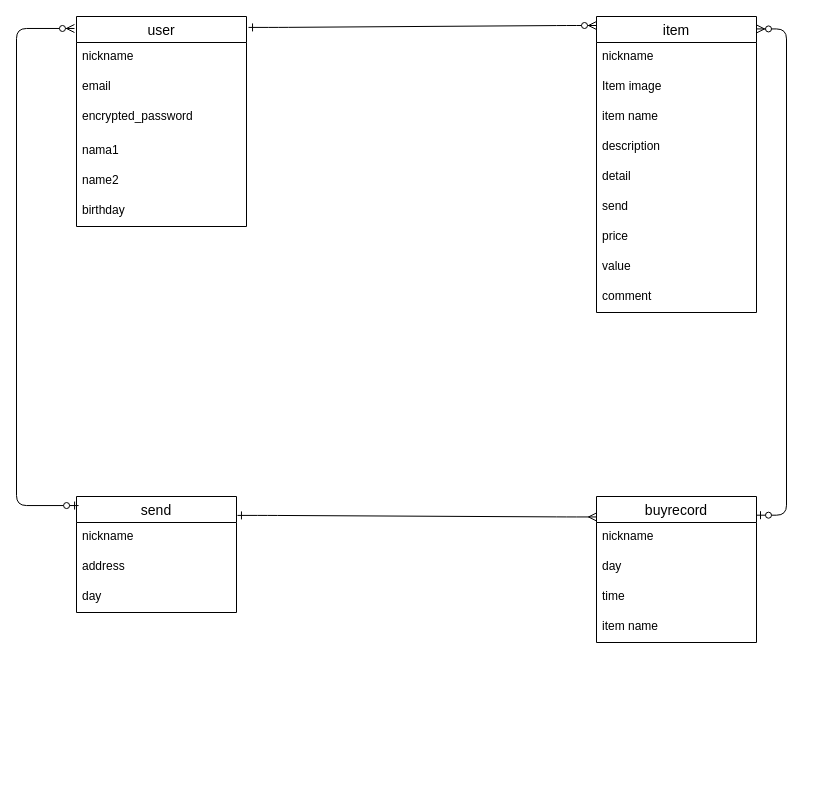
Before: furima.dio in ootaketetsuyuki/furima-39836, a draw.io diagram. Source tidied: cells renumbered, new cells numbered last; positions are measured from the earlier drawing's top-left corner, leaving out a move shared by most shapes. Both pictures are drawn from the tidied source at 100%, with x=0, y=0 at pixel (16, 16).
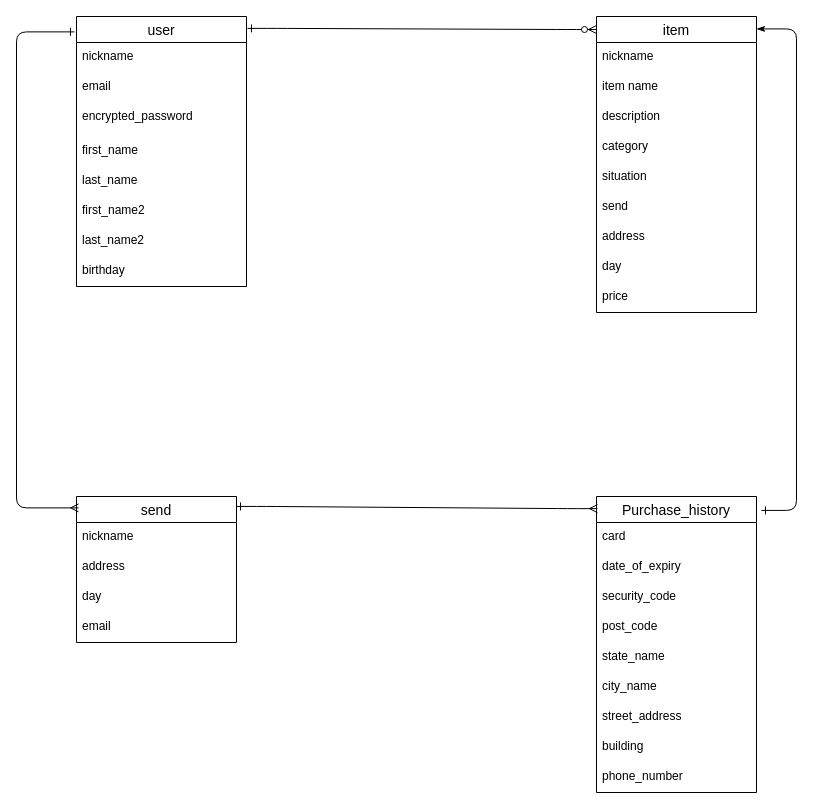
The same page after the edit.

The change refers to these unchanged cells:
```xml
<mxCell id="9" value="item" style="swimlane;fontStyle=0;horizontal=1;startSize=26;align=center;fontSize=14;" parent="1" vertex="1">
  <mxGeometry x="580" width="160" height="296" as="geometry" />
</mxCell>
```

Diff of the diagram source:
```diff
@@
     <mxCell id="2" value="user" style="swimlane;fontStyle=0;horizontal=1;startSize=26;align=center;fontSize=14;" parent="1" vertex="1">
-      <mxGeometry x="60" width="170" height="210" as="geometry" />
+      <mxGeometry x="60" width="170" height="270" as="geometry" />
     </mxCell>
@@
-    <mxCell id="6" value="nama1" style="text;strokeColor=none;fillColor=none;spacingLeft=4;spacingRight=4;overflow=hidden;fontSize=12;" parent="2" vertex="1">
+    <mxCell id="6" value="first_name" style="text;strokeColor=none;fillColor=none;spacingLeft=4;spacingRight=4;overflow=hidden;fontSize=12;" parent="2" vertex="1">
       <mxGeometry y="120" width="170" height="30" as="geometry" />
     </mxCell>
-    <mxCell id="7" value="name2" style="text;strokeColor=none;fillColor=none;spacingLeft=4;spacingRight=4;overflow=hidden;fontSize=12;" parent="2" vertex="1">
+    <mxCell id="7" value="last_name" style="text;strokeColor=none;fillColor=none;spacingLeft=4;spacingRight=4;overflow=hidden;fontSize=12;" parent="2" vertex="1">
       <mxGeometry y="150" width="170" height="30" as="geometry" />
     </mxCell>
-    <mxCell id="8" value="birthday" style="text;strokeColor=none;fillColor=none;spacingLeft=4;spacingRight=4;overflow=hidden;fontSize=12;" parent="2" vertex="1">
+    <mxCell id="8" value="first_name2 " style="text;strokeColor=none;fillColor=none;spacingLeft=4;spacingRight=4;overflow=hidden;fontSize=12;" parent="2" vertex="1">
       <mxGeometry y="180" width="170" height="30" as="geometry" />
     </mxCell>
+    <mxCell id="32" value="last_name2" style="text;strokeColor=none;fillColor=none;spacingLeft=4;spacingRight=4;overflow=hidden;fontSize=12;" parent="2" vertex="1">
+      <mxGeometry y="210" width="170" height="30" as="geometry" />
+    </mxCell>
+    <mxCell id="33" value="birthday" style="text;strokeColor=none;fillColor=none;spacingLeft=4;spacingRight=4;overflow=hidden;fontSize=12;" parent="2" vertex="1">
+      <mxGeometry y="240" width="170" height="30" as="geometry" />
+    </mxCell>
@@
-    <mxCell id="11" value="Item image" style="text;strokeColor=none;fillColor=none;spacingLeft=4;spacingRight=4;overflow=hidden;fontSize=12;" parent="9" vertex="1">
-      <mxGeometry y="56" width="160" height="30" as="geometry" />
-    </mxCell>
     <mxCell id="12" value="item name" style="text;strokeColor=none;fillColor=none;spacingLeft=4;spacingRight=4;overflow=hidden;fontSize=12;" parent="9" vertex="1">
-      <mxGeometry y="86" width="160" height="30" as="geometry" />
+      <mxGeometry y="56" width="160" height="30" as="geometry" />
     </mxCell>
     <mxCell id="13" value="description" style="text;strokeColor=none;fillColor=none;spacingLeft=4;spacingRight=4;overflow=hidden;fontSize=12;" parent="9" vertex="1">
-      <mxGeometry y="116" width="160" height="30" as="geometry" />
+      <mxGeometry y="86" width="160" height="30" as="geometry" />
     </mxCell>
+    <mxCell id="34" value="category" style="text;strokeColor=none;fillColor=none;spacingLeft=4;spacingRight=4;overflow=hidden;fontSize=12;" parent="9" vertex="1">
+      <mxGeometry y="116" width="160" height="30" as="geometry" />
+    </mxCell>
-    <mxCell id="14" value="detail" style="text;strokeColor=none;fillColor=none;spacingLeft=4;spacingRight=4;overflow=hidden;fontSize=12;" parent="9" vertex="1">
+    <mxCell id="14" value="situation" style="text;strokeColor=none;fillColor=none;spacingLeft=4;spacingRight=4;overflow=hidden;fontSize=12;" parent="9" vertex="1">
       <mxGeometry y="146" width="160" height="30" as="geometry" />
     </mxCell>
@@
-    <mxCell id="16" value="price" style="text;strokeColor=none;fillColor=none;spacingLeft=4;spacingRight=4;overflow=hidden;fontSize=12;" parent="9" vertex="1">
+    <mxCell id="16" value="address" style="text;strokeColor=none;fillColor=none;spacingLeft=4;spacingRight=4;overflow=hidden;fontSize=12;" parent="9" vertex="1">
       <mxGeometry y="206" width="160" height="30" as="geometry" />
     </mxCell>
-    <mxCell id="17" value="value" style="text;strokeColor=none;fillColor=none;spacingLeft=4;spacingRight=4;overflow=hidden;fontSize=12;" parent="9" vertex="1">
+    <mxCell id="17" value="day" style="text;strokeColor=none;fillColor=none;spacingLeft=4;spacingRight=4;overflow=hidden;fontSize=12;" parent="9" vertex="1">
       <mxGeometry y="236" width="160" height="30" as="geometry" />
     </mxCell>
-    <mxCell id="18" value="comment" style="text;strokeColor=none;fillColor=none;spacingLeft=4;spacingRight=4;overflow=hidden;fontSize=12;" parent="9" vertex="1">
+    <mxCell id="18" value="price" style="text;strokeColor=none;fillColor=none;spacingLeft=4;spacingRight=4;overflow=hidden;fontSize=12;" parent="9" vertex="1">
       <mxGeometry y="266" width="160" height="30" as="geometry" />
     </mxCell>
     <mxCell id="19" value="send" style="swimlane;fontStyle=0;horizontal=1;startSize=26;align=center;fontSize=14;" parent="1" vertex="1">
-      <mxGeometry x="60" y="480" width="160" height="116" as="geometry" />
+      <mxGeometry x="60" y="480" width="160" height="146" as="geometry" />
     </mxCell>
@@
+    <mxCell id="35" value="day" style="text;strokeColor=none;fillColor=none;spacingLeft=4;spacingRight=4;overflow=hidden;fontSize=12;" parent="19" vertex="1">
+      <mxGeometry y="86" width="160" height="30" as="geometry" />
+    </mxCell>
-    <mxCell id="22" value="day" style="text;strokeColor=none;fillColor=none;spacingLeft=4;spacingRight=4;overflow=hidden;fontSize=12;" parent="19" vertex="1">
-      <mxGeometry y="86" width="160" height="30" as="geometry" />
+    <mxCell id="22" value="email" style="text;strokeColor=none;fillColor=none;spacingLeft=4;spacingRight=4;overflow=hidden;fontSize=12;" parent="19" vertex="1">
+      <mxGeometry y="116" width="160" height="30" as="geometry" />
     </mxCell>
-    <mxCell id="23" value="buyrecord" style="swimlane;fontStyle=0;horizontal=1;startSize=26;align=center;fontSize=14;" parent="1" vertex="1">
-      <mxGeometry x="580" y="480" width="160" height="146" as="geometry" />
+    <mxCell id="23" value="Purchase_history" style="swimlane;fontStyle=0;horizontal=1;startSize=26;align=center;fontSize=14;" parent="1" vertex="1">
+      <mxGeometry x="580" y="480" width="160" height="296" as="geometry" />
     </mxCell>
-    <mxCell id="24" value="nickname" style="text;strokeColor=none;fillColor=none;spacingLeft=4;spacingRight=4;overflow=hidden;fontSize=12;" parent="23" vertex="1">
+    <mxCell id="24" value="card" style="text;strokeColor=none;fillColor=none;spacingLeft=4;spacingRight=4;overflow=hidden;fontSize=12;" parent="23" vertex="1">
       <mxGeometry y="26" width="160" height="30" as="geometry" />
     </mxCell>
-    <mxCell id="25" value="day" style="text;strokeColor=none;fillColor=none;spacingLeft=4;spacingRight=4;overflow=hidden;fontSize=12;" parent="23" vertex="1">
+    <mxCell id="25" value="date_of_expiry" style="text;strokeColor=none;fillColor=none;spacingLeft=4;spacingRight=4;overflow=hidden;fontSize=12;" parent="23" vertex="1">
       <mxGeometry y="56" width="160" height="30" as="geometry" />
     </mxCell>
-    <mxCell id="26" value="time" style="text;strokeColor=none;fillColor=none;spacingLeft=4;spacingRight=4;overflow=hidden;fontSize=12;" parent="23" vertex="1">
+    <mxCell id="26" value="security_code" style="text;strokeColor=none;fillColor=none;spacingLeft=4;spacingRight=4;overflow=hidden;fontSize=12;" parent="23" vertex="1">
       <mxGeometry y="86" width="160" height="30" as="geometry" />
     </mxCell>
+    <mxCell id="36" value="post_code" style="text;strokeColor=none;fillColor=none;spacingLeft=4;spacingRight=4;overflow=hidden;fontSize=12;" parent="23" vertex="1">
+      <mxGeometry y="116" width="160" height="30" as="geometry" />
+    </mxCell>
+    <mxCell id="37" value="state_name" style="text;strokeColor=none;fillColor=none;spacingLeft=4;spacingRight=4;overflow=hidden;fontSize=12;" parent="23" vertex="1">
+      <mxGeometry y="146" width="160" height="30" as="geometry" />
+    </mxCell>
+    <mxCell id="38" value="city_name" style="text;strokeColor=none;fillColor=none;spacingLeft=4;spacingRight=4;overflow=hidden;fontSize=12;" parent="23" vertex="1">
+      <mxGeometry y="176" width="160" height="30" as="geometry" />
+    </mxCell>
+    <mxCell id="39" value="street_address" style="text;strokeColor=none;fillColor=none;spacingLeft=4;spacingRight=4;overflow=hidden;fontSize=12;" parent="23" vertex="1">
+      <mxGeometry y="206" width="160" height="30" as="geometry" />
+    </mxCell>
+    <mxCell id="40" value="building " style="text;strokeColor=none;fillColor=none;spacingLeft=4;spacingRight=4;overflow=hidden;fontSize=12;" parent="23" vertex="1">
+      <mxGeometry y="236" width="160" height="30" as="geometry" />
+    </mxCell>
-    <mxCell id="27" value="item name" style="text;strokeColor=none;fillColor=none;spacingLeft=4;spacingRight=4;overflow=hidden;fontSize=12;" parent="23" vertex="1">
-      <mxGeometry y="116" width="160" height="30" as="geometry" />
+    <mxCell id="27" value="phone_number" style="text;strokeColor=none;fillColor=none;spacingLeft=4;spacingRight=4;overflow=hidden;fontSize=12;" parent="23" vertex="1">
+      <mxGeometry y="266" width="160" height="30" as="geometry" />
     </mxCell>
-    <mxCell id="28" style="edgeStyle=entityRelationEdgeStyle;fontSize=12;html=1;endArrow=ERzeroToMany;startArrow=ERone;exitX=1.012;exitY=0.052;exitDx=0;exitDy=0;exitPerimeter=0;startFill=0;" parent="1" edge="1" source="2">
-      <mxGeometry relative="1" as="geometry">
-        <mxPoint x="580" y="9" as="targetPoint" />
-      </mxGeometry>
+    <mxCell id="28" style="edgeStyle=entityRelationEdgeStyle;fontSize=12;html=1;endArrow=ERzeroToMany;startArrow=ERone;exitX=1.006;exitY=0.044;exitDx=0;exitDy=0;exitPerimeter=0;startFill=0;entryX=0;entryY=0.044;entryDx=0;entryDy=0;entryPerimeter=0;" parent="1" edge="1" source="2" target="9">
+      <mxGeometry relative="1" as="geometry" />
     </mxCell>
-    <mxCell id="29" style="edgeStyle=entityRelationEdgeStyle;fontSize=12;html=1;endArrow=ERzeroToMany;startArrow=ERzeroToOne;entryX=1;entryY=0.042;entryDx=0;entryDy=0;entryPerimeter=0;exitX=1;exitY=0.128;exitDx=0;exitDy=0;exitPerimeter=0;" parent="1" edge="1" source="23" target="9">
-      <mxGeometry relative="1" as="geometry" />
+    <mxCell id="29" style="edgeStyle=elbowEdgeStyle;fontSize=12;html=1;endArrow=classicThin;startArrow=ERone;entryX=1;entryY=0.042;entryDx=0;entryDy=0;entryPerimeter=0;exitX=1.031;exitY=0.047;exitDx=0;exitDy=0;exitPerimeter=0;startFill=0;endFill=1;" parent="1" edge="1" source="23" target="9">
+      <mxGeometry relative="1" as="geometry">
+        <Array as="points">
+          <mxPoint x="780" y="260" />
+        </Array>
+      </mxGeometry>
     </mxCell>
-    <mxCell id="30" style="edgeStyle=entityRelationEdgeStyle;fontSize=12;html=1;endArrow=ERmany;startArrow=ERone;entryX=0;entryY=0.14;entryDx=0;entryDy=0;entryPerimeter=0;exitX=1.006;exitY=0.163;exitDx=0;exitDy=0;exitPerimeter=0;strokeColor=default;rounded=1;startFill=0;endFill=0;" parent="1" edge="1" source="19" target="23">
+    <mxCell id="30" style="edgeStyle=entityRelationEdgeStyle;fontSize=12;html=1;endArrow=ERmany;startArrow=ERone;entryX=0.006;entryY=0.041;entryDx=0;entryDy=0;entryPerimeter=0;exitX=1;exitY=0.068;exitDx=0;exitDy=0;exitPerimeter=0;strokeColor=default;rounded=1;startFill=0;endFill=0;" parent="1" edge="1" source="19" target="23">
       <mxGeometry relative="1" as="geometry" />
     </mxCell>
-    <mxCell id="31" style="edgeStyle=elbowEdgeStyle;fontSize=12;html=1;endArrow=ERzeroToMany;startArrow=ERzeroToOne;rounded=1;strokeColor=default;entryX=-0.012;entryY=0.057;entryDx=0;entryDy=0;entryPerimeter=0;exitX=0.013;exitY=0.078;exitDx=0;exitDy=0;exitPerimeter=0;elbow=vertical;" parent="1" edge="1" source="19" target="2">
+    <mxCell id="31" style="edgeStyle=elbowEdgeStyle;fontSize=12;html=1;endArrow=ERone;startArrow=ERmany;rounded=1;strokeColor=default;entryX=-0.012;entryY=0.057;entryDx=0;entryDy=0;entryPerimeter=0;exitX=0.013;exitY=0.078;exitDx=0;exitDy=0;exitPerimeter=0;elbow=vertical;startFill=0;endFill=0;" parent="1" edge="1" source="19" target="2">
       <mxGeometry relative="1" as="geometry">
         <Array as="points">
           <mxPoint y="260" />
         </Array>
       </mxGeometry>
     </mxCell>
```
